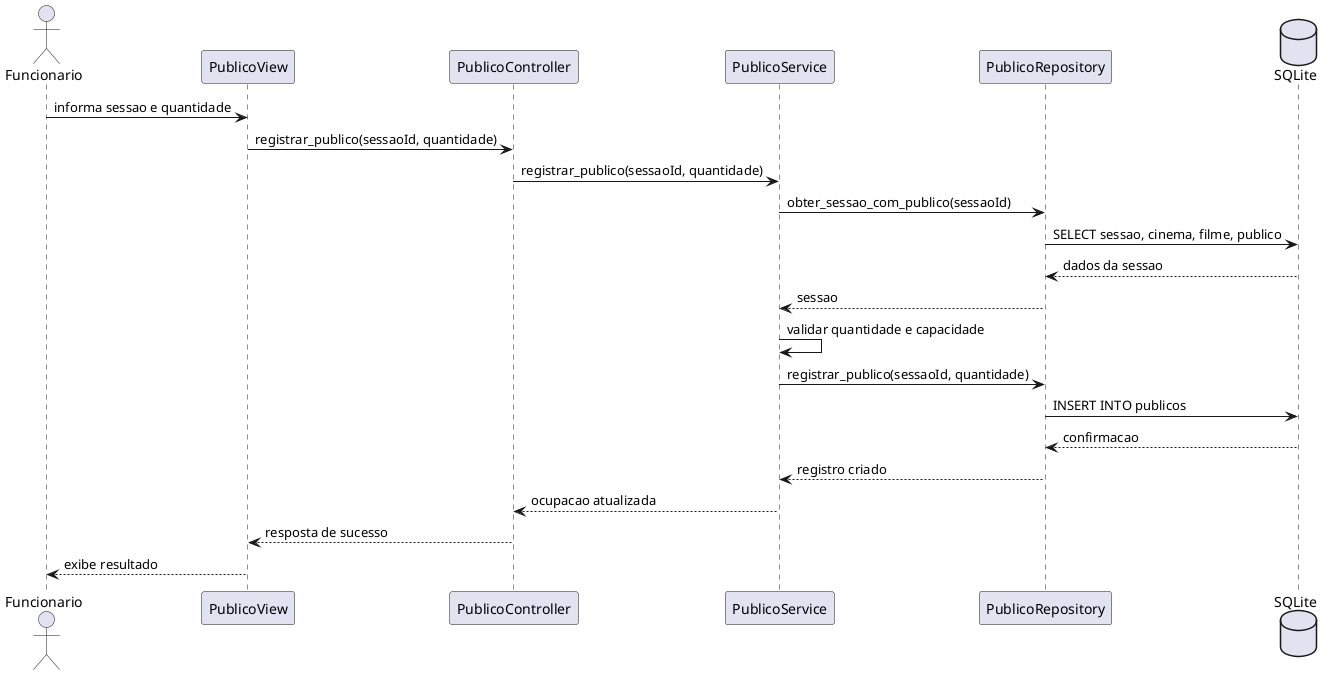
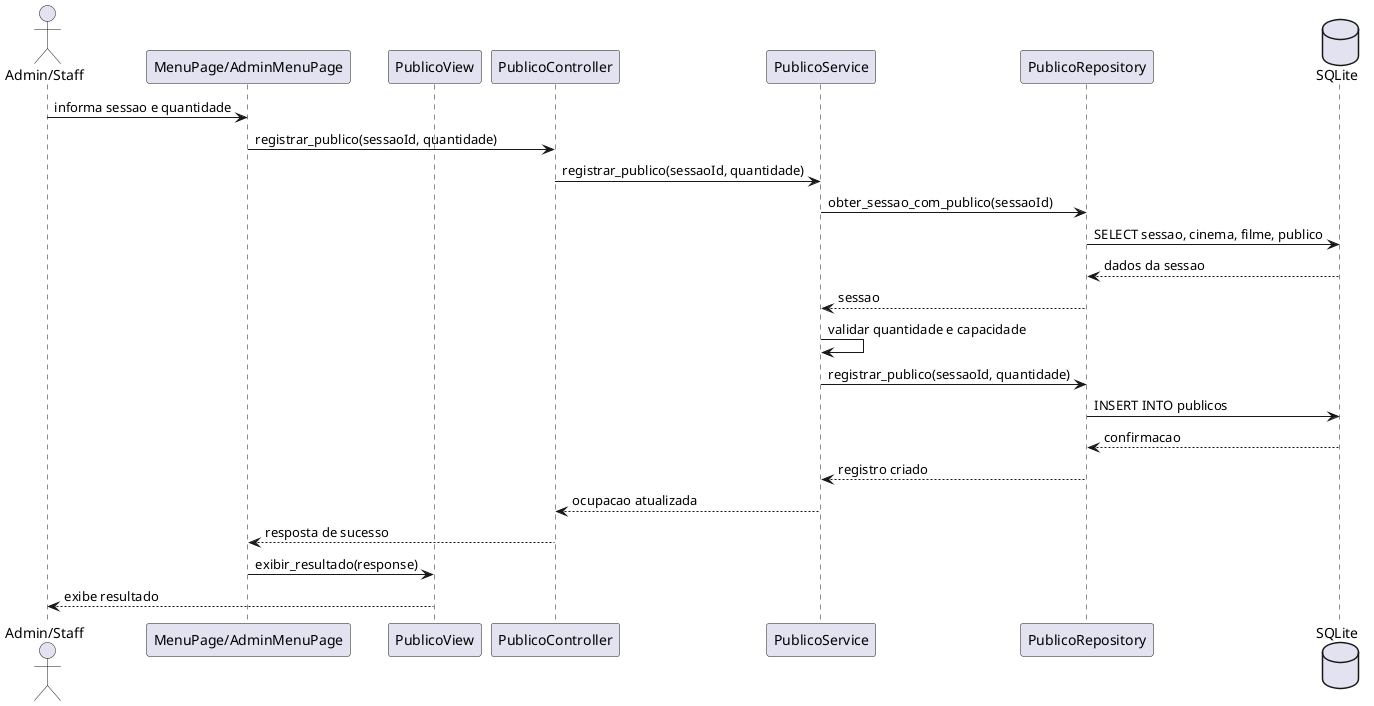
@startuml
- actor Funcionario
+ actor "Admin/Staff" as Usuario
+ participant "MenuPage/AdminMenuPage" as Menu
participant "PublicoView" as View
participant "PublicoController" as Controller
participant "PublicoService" as Service
participant "PublicoRepository" as Repository
database "SQLite" as DB

- Funcionario -> View: informa sessao e quantidade
- View -> Controller: registrar_publico(sessaoId, quantidade)
+ Usuario -> Menu: informa sessao e quantidade
+ Menu -> Controller: registrar_publico(sessaoId, quantidade)
Controller -> Service: registrar_publico(sessaoId, quantidade)
Service -> Repository: obter_sessao_com_publico(sessaoId)
Repository -> DB: SELECT sessao, cinema, filme, publico
DB --> Repository: dados da sessao
Repository --> Service: sessao
Service -> Service: validar quantidade e capacidade
Service -> Repository: registrar_publico(sessaoId, quantidade)
Repository -> DB: INSERT INTO publicos
DB --> Repository: confirmacao
Repository --> Service: registro criado
Service --> Controller: ocupacao atualizada
- Controller --> View: resposta de sucesso
- View --> Funcionario: exibe resultado
+ Controller --> Menu: resposta de sucesso
+ Menu -> View: exibir_resultado(response)
+ View --> Usuario: exibe resultado
@enduml
